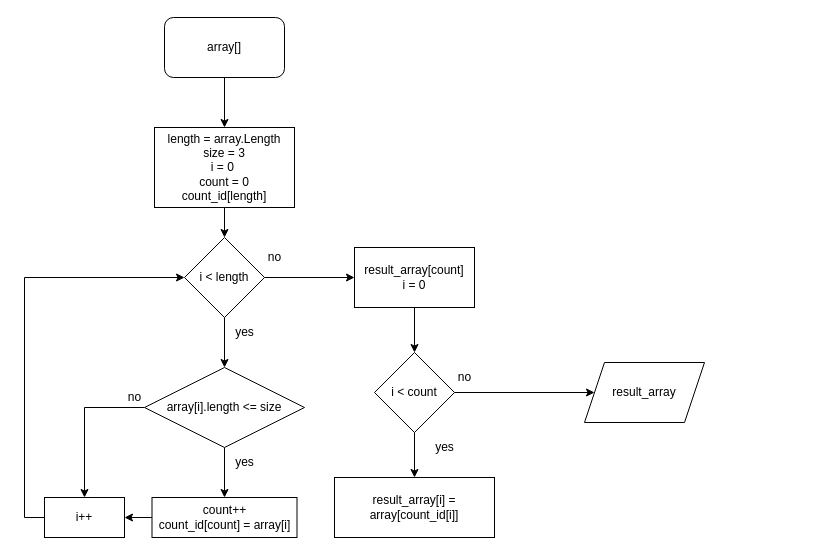
Before: Algorythm.drawio in SolodkovKM/GBBlockResult, a draw.io diagram. Source tidied: cells renumbered, new cells numbered last; positions are measured from the earlier drawing's top-left corner, leaving out a move shared by most shapes. Both pictures are drawn from the tidied source at 100%, with x=0, y=0 at pixel (24, 17).
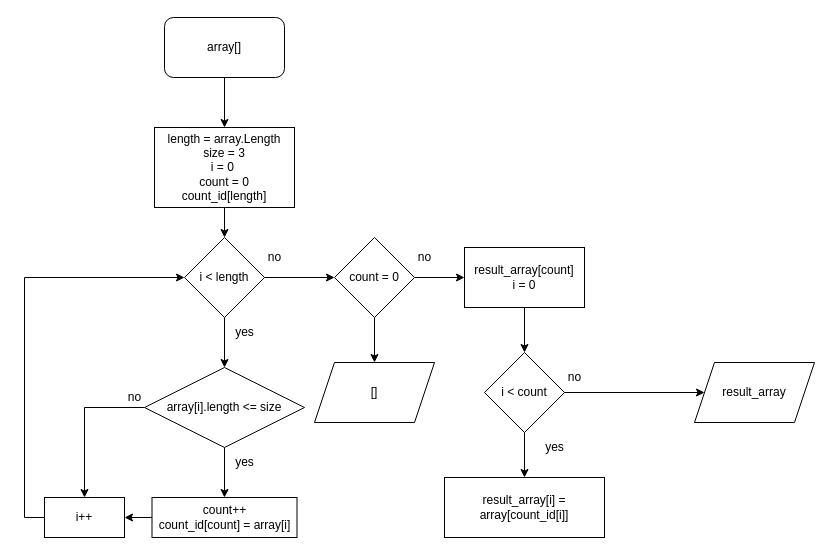
The same page after the edit.

The change refers to these unchanged cells:
```xml
<mxCell id="8" value="i &amp;lt; length" style="rhombus;whiteSpace=wrap;html=1;" parent="1" vertex="1">
  <mxGeometry x="160" y="220" width="80" height="80" as="geometry" />
</mxCell>
```

Diff of the diagram source:
```diff
@@
-    <mxCell id="7" style="edgeStyle=orthogonalEdgeStyle;rounded=0;jettySize=auto;html=1;" parent="1" edge="1" source="8" target="20">
-      <mxGeometry relative="1" as="geometry" />
-    </mxCell>
+    <mxCell id="29" style="edgeStyle=orthogonalEdgeStyle;rounded=0;jettySize=auto;html=1;exitX=1;exitY=0.5;exitDx=0;exitDy=0;entryX=0;entryY=0.5;entryDx=0;entryDy=0;" parent="1" edge="1" source="8" target="32">
+      <mxGeometry relative="1" as="geometry" />
+    </mxCell>
@@
     <mxCell id="20" value="result_array[count]&lt;br&gt;i = 0" style="rounded=0;whiteSpace=wrap;html=1;" parent="1" vertex="1">
-      <mxGeometry x="330" y="230" width="120" height="60" as="geometry" />
+      <mxGeometry x="440" y="230" width="120" height="60" as="geometry" />
     </mxCell>
@@
-    <mxCell id="22" style="edgeStyle=orthogonalEdgeStyle;rounded=0;jettySize=auto;html=1;entryX=0.5;entryY=0;entryDx=0;entryDy=0;" parent="1" edge="1" source="24" target="25">
-      <mxGeometry relative="1" as="geometry" />
+    <mxCell id="22" style="edgeStyle=orthogonalEdgeStyle;rounded=0;jettySize=auto;html=1;entryX=0.5;entryY=0;entryDx=0;entryDy=0;" parent="1" edge="1" source="24">
+      <mxGeometry relative="1" as="geometry">
+        <mxPoint x="500" y="460" as="targetPoint" />
+      </mxGeometry>
     </mxCell>
@@
     <mxCell id="24" value="i &amp;lt; count" style="rhombus;whiteSpace=wrap;html=1;" parent="1" vertex="1">
-      <mxGeometry x="350" y="335" width="80" height="80" as="geometry" />
+      <mxGeometry x="460" y="335" width="80" height="80" as="geometry" />
     </mxCell>
     <mxCell id="25" value="result_array[i] = array[count_id[i]]" style="rounded=0;whiteSpace=wrap;html=1;" parent="1" vertex="1">
-      <mxGeometry x="310" y="460" width="160" height="60" as="geometry" />
+      <mxGeometry x="420" y="460" width="160" height="60" as="geometry" />
     </mxCell>
     <mxCell id="26" value="yes" style="text;html=1;align=center;verticalAlign=middle;strokeColor=none;fillColor=none;" parent="1" vertex="1">
-      <mxGeometry x="400" y="415" width="40" height="30" as="geometry" />
+      <mxGeometry x="510" y="415" width="40" height="30" as="geometry" />
     </mxCell>
     <mxCell id="27" value="result_array" style="shape=parallelogram;perimeter=parallelogramPerimeter;whiteSpace=wrap;html=1;fixedSize=1;" parent="1" vertex="1">
-      <mxGeometry x="560" y="345" width="120" height="60" as="geometry" />
+      <mxGeometry x="670" y="345" width="120" height="60" as="geometry" />
     </mxCell>
     <mxCell id="28" value="no" style="text;html=1;align=center;verticalAlign=middle;strokeColor=none;fillColor=none;" parent="1" vertex="1">
-      <mxGeometry x="420" y="345" width="40" height="30" as="geometry" />
+      <mxGeometry x="530" y="345" width="40" height="30" as="geometry" />
     </mxCell>
+    <mxCell id="30" style="edgeStyle=orthogonalEdgeStyle;rounded=0;jettySize=auto;html=1;" parent="1" edge="1" source="32" target="20">
+      <mxGeometry relative="1" as="geometry" />
+    </mxCell>
+    <mxCell id="31" style="edgeStyle=orthogonalEdgeStyle;rounded=0;jettySize=auto;html=1;entryX=0.5;entryY=0;entryDx=0;entryDy=0;" parent="1" edge="1" source="32" target="34">
+      <mxGeometry relative="1" as="geometry" />
+    </mxCell>
+    <mxCell id="32" value="count = 0" style="rhombus;whiteSpace=wrap;html=1;" parent="1" vertex="1">
+      <mxGeometry x="310" y="220" width="80" height="80" as="geometry" />
+    </mxCell>
+    <mxCell id="33" value="no" style="text;html=1;align=center;verticalAlign=middle;strokeColor=none;fillColor=none;" parent="1" vertex="1">
+      <mxGeometry x="380" y="225" width="40" height="30" as="geometry" />
+    </mxCell>
+    <mxCell id="34" value="[]" style="shape=parallelogram;perimeter=parallelogramPerimeter;whiteSpace=wrap;html=1;fixedSize=1;" parent="1" vertex="1">
+      <mxGeometry x="290" y="345" width="120" height="60" as="geometry" />
+    </mxCell>
```
